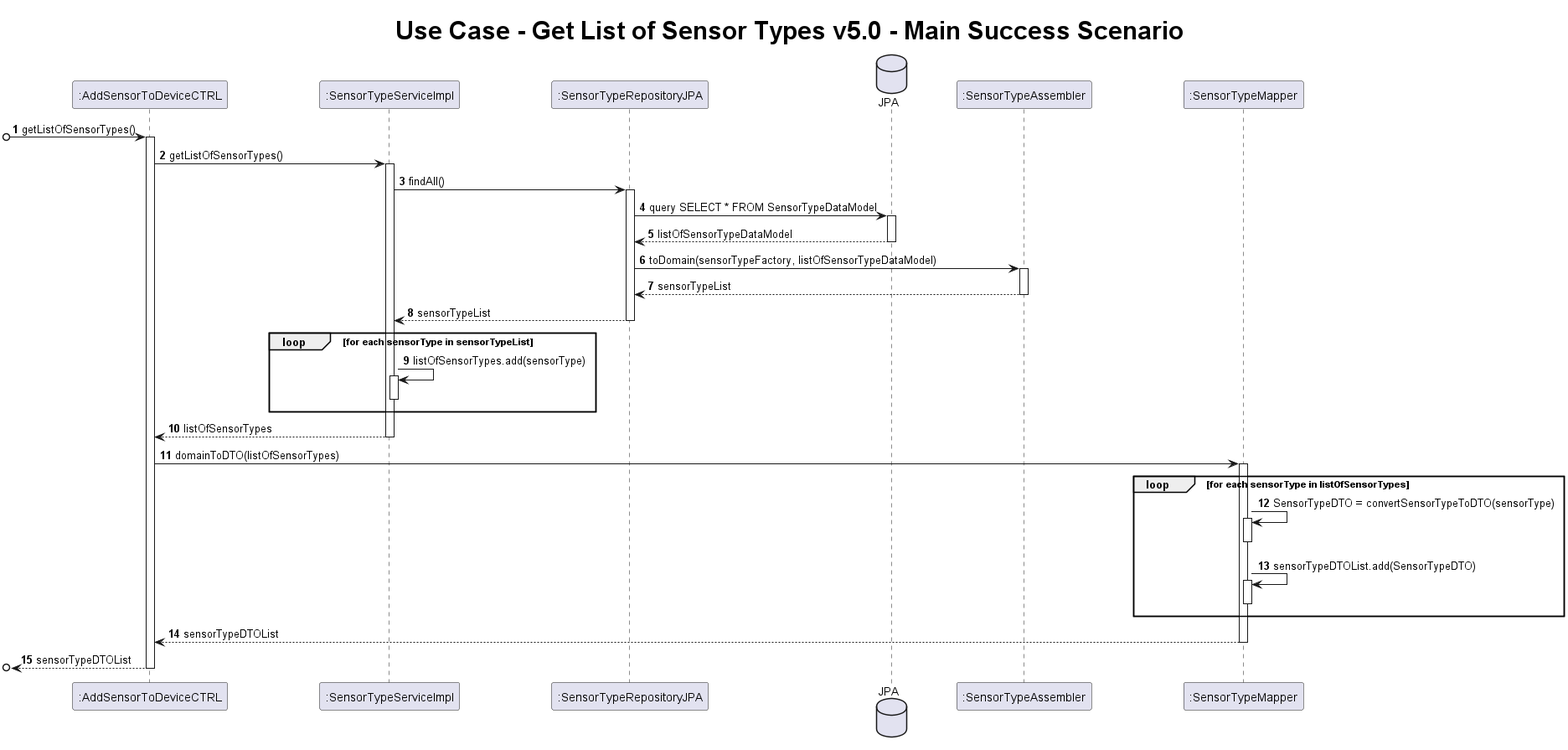
This is docs/_archive/sprint5/usecases/GetListOfSensorTypes_SequenceDiagram_v5.1.png from AfonsoNeves77/smartHouse, a PlantUML export, as it was before one commit. Its diagram source:
```plantuml
@startuml
skinparam ParticipantPadding 50
    title <size:30> Use Case - Get List of Sensor Types v5.0 - Main Success Scenario
    autonumber

participant ":AddSensorToDeviceCTRL" as C
participant ":SensorTypeServiceImpl" as STS
participant ":SensorTypeRepositoryJPA" as STR
database "JPA" as JPA
participant ":SensorTypeAssembler" as ASS
participant ":SensorTypeMapper" as STM

[o-> C : getListOfSensorTypes()
activate C
C -> STS : getListOfSensorTypes()
activate STS
STS -> STR : findAll()
activate STR
STR -> JPA : query SELECT * FROM SensorTypeDataModel
activate JPA
JPA --> STR : listOfSensorTypeDataModel
deactivate JPA
STR -> ASS : toDomain(sensorTypeFactory, listOfSensorTypeDataModel)
activate ASS
ASS --> STR : sensorTypeList
deactivate ASS
STR --> STS : sensorTypeList
deactivate STR
loop for each sensorType in sensorTypeList
    STS -> STS : listOfSensorTypes.add(sensorType)
    activate STS
    deactivate STS
    end
STS --> C : listOfSensorTypes
deactivate STS
C -> STM : domainToDTO(listOfSensorTypes)
activate STM
loop for each sensorType in listOfSensorTypes
    STM -> STM : SensorTypeDTO = convertSensorTypeToDTO(sensorType)
    activate STM
    deactivate STM
    STM -> STM : sensorTypeDTOList.add(SensorTypeDTO)
    activate STM
    deactivate STM
end
STM --> C : sensorTypeDTOList
deactivate STM
[o<-- C : sensorTypeDTOList
deactivate C
@enduml
```
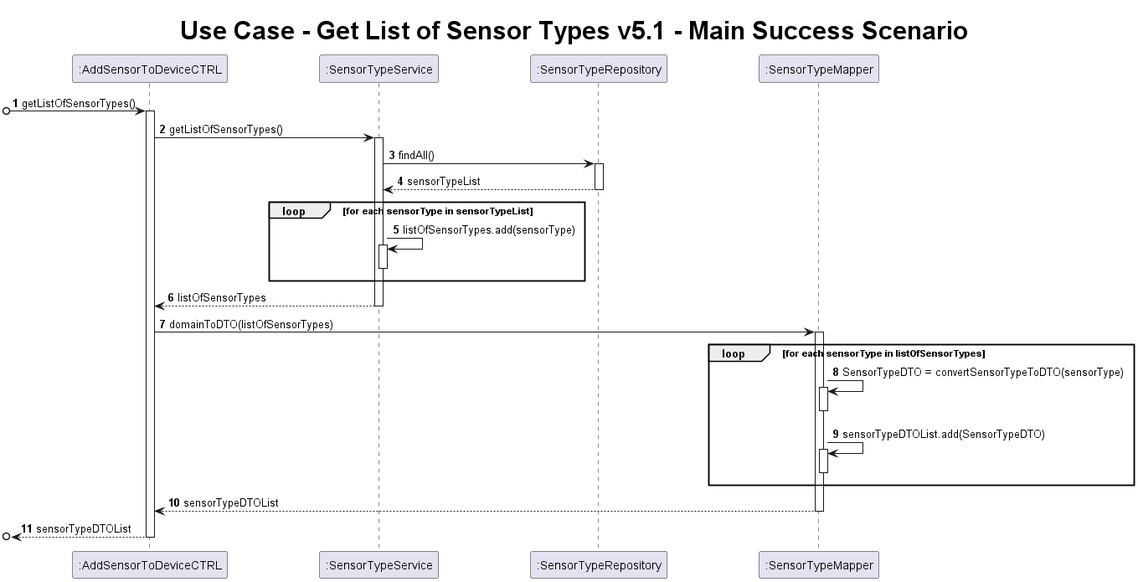
The same diagram one commit later.

Commit message:
[docs] refactor GetListOfSensorTypes Sequence Diagram so that it reflects Interface usage. Fixes #308

What changed in the source:
```diff
@@ -1,13 +1,11 @@
 @startuml
 skinparam ParticipantPadding 50
-    title <size:30> Use Case - Get List of Sensor Types v5.0 - Main Success Scenario
+    title <size:30> Use Case - Get List of Sensor Types v5.1 - Main Success Scenario
     autonumber
 
 participant ":AddSensorToDeviceCTRL" as C
-participant ":SensorTypeServiceImpl" as STS
-participant ":SensorTypeRepositoryJPA" as STR
-database "JPA" as JPA
-participant ":SensorTypeAssembler" as ASS
+participant ":SensorTypeService" as STS
+participant ":SensorTypeRepository" as STR
 participant ":SensorTypeMapper" as STM
 
 [o-> C : getListOfSensorTypes()
@@ -16,14 +14,6 @@
 activate STS
 STS -> STR : findAll()
 activate STR
-STR -> JPA : query SELECT * FROM SensorTypeDataModel
-activate JPA
-JPA --> STR : listOfSensorTypeDataModel
-deactivate JPA
-STR -> ASS : toDomain(sensorTypeFactory, listOfSensorTypeDataModel)
-activate ASS
-ASS --> STR : sensorTypeList
-deactivate ASS
 STR --> STS : sensorTypeList
 deactivate STR
 loop for each sensorType in sensorTypeList
```
